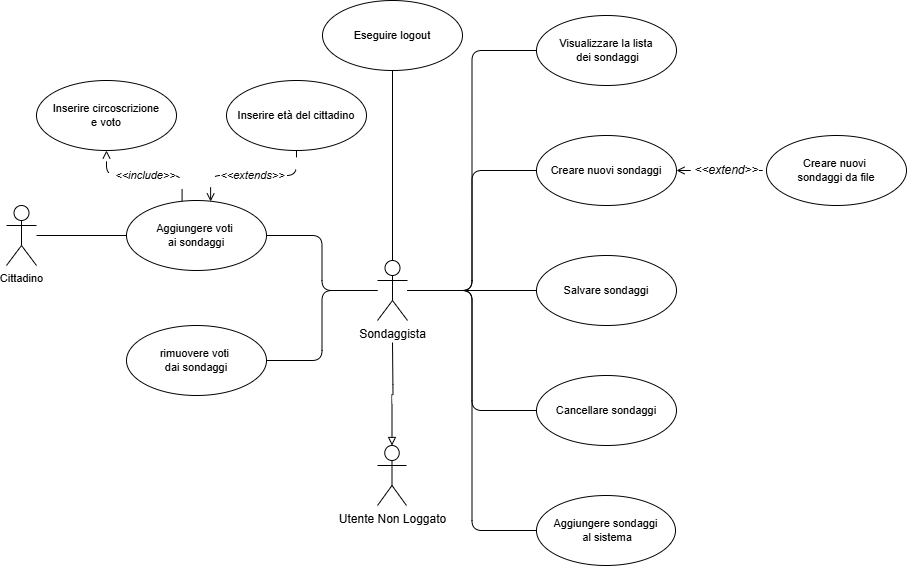
The draw.io diagram deliverable/images/UseCase_diagrams/Sondaggista.drawio.png in lucafano04/progettoIngenieriaSoftware, before a commit. Source tidied: cells renumbered, new cells last; positions are measured from the earlier drawing's top-left corner, leaving out a move shared by most shapes.
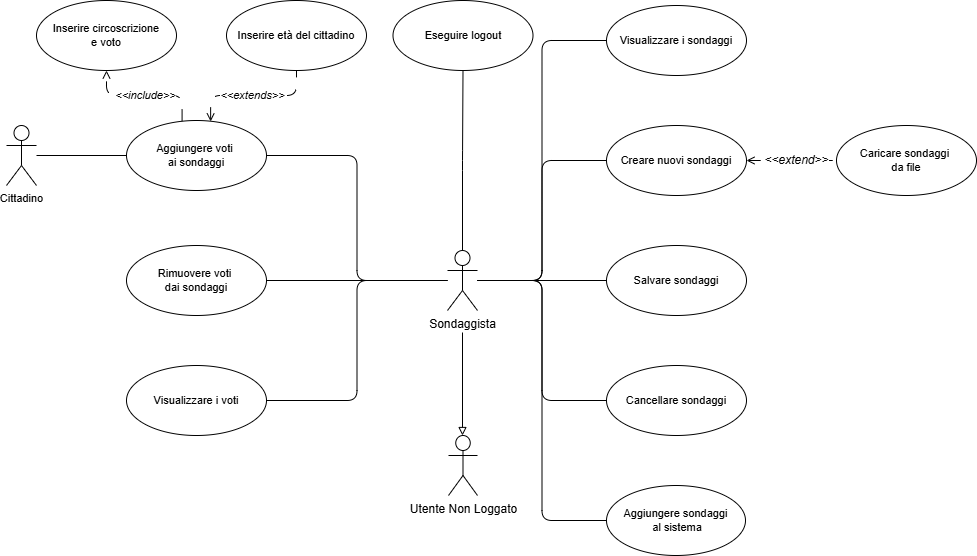
The same diagram one commit later.

Commit message:
updated NonLoggato and Sondaggista usecase images

Diff of the diagram source:
```diff
@@ -5,9 +5,9 @@
     <mxCell id="2" style="edgeStyle=orthogonalEdgeStyle;rounded=1;jettySize=auto;html=1;entryX=0;entryY=0.5;entryDx=0;entryDy=0;curved=0;endArrow=none;endFill=0;" parent="1" edge="1" source="10" target="12">
       <mxGeometry relative="1" as="geometry" />
     </mxCell>
-    <mxCell id="3" style="edgeStyle=orthogonalEdgeStyle;shape=connector;curved=0;rounded=1;jettySize=auto;html=1;entryX=0;entryY=0.5;entryDx=0;entryDy=0;strokeColor=default;align=center;verticalAlign=middle;fontFamily=Helvetica;fontSize=11;fontColor=default;labelBackgroundColor=default;endArrow=none;endFill=0;" parent="1" edge="1" source="10" target="20">
-      <mxGeometry relative="1" as="geometry" />
-    </mxCell>
+    <mxCell id="29" style="edgeStyle=orthogonalEdgeStyle;shape=connector;curved=0;rounded=1;jettySize=auto;html=1;entryX=0;entryY=0.5;entryDx=0;entryDy=0;strokeColor=default;align=center;verticalAlign=middle;fontFamily=Helvetica;fontSize=11;fontColor=default;labelBackgroundColor=default;endArrow=none;endFill=0;" parent="1" edge="1" source="10" target="32">
+      <mxGeometry relative="1" as="geometry" />
+    </mxCell>
     <mxCell id="4" style="edgeStyle=orthogonalEdgeStyle;shape=connector;curved=0;rounded=1;jettySize=auto;html=1;entryX=0;entryY=0.5;entryDx=0;entryDy=0;strokeColor=default;align=center;verticalAlign=middle;fontFamily=Helvetica;fontSize=11;fontColor=default;labelBackgroundColor=default;endArrow=none;endFill=0;" parent="1" edge="1" source="10" target="19">
       <mxGeometry relative="1" as="geometry" />
     </mxCell>
@@ -20,12 +20,15 @@
     <mxCell id="7" style="edgeStyle=orthogonalEdgeStyle;shape=connector;curved=0;rounded=1;jettySize=auto;html=1;entryX=1;entryY=0.5;entryDx=0;entryDy=0;strokeColor=default;align=center;verticalAlign=middle;fontFamily=Helvetica;fontSize=11;fontColor=default;labelBackgroundColor=default;endArrow=none;endFill=0;" parent="1" edge="1" source="10" target="15">
       <mxGeometry relative="1" as="geometry" />
     </mxCell>
-    <mxCell id="8" style="edgeStyle=orthogonalEdgeStyle;shape=connector;curved=0;rounded=1;jettySize=auto;html=1;entryX=1;entryY=0.5;entryDx=0;entryDy=0;strokeColor=default;align=center;verticalAlign=middle;fontFamily=Helvetica;fontSize=11;fontColor=default;labelBackgroundColor=default;endArrow=none;endFill=0;" parent="1" edge="1" source="10" target="28">
-      <mxGeometry relative="1" as="geometry" />
-    </mxCell>
+    <mxCell id="30" style="edgeStyle=orthogonalEdgeStyle;shape=connector;curved=0;rounded=1;jettySize=auto;html=1;entryX=1;entryY=0.5;entryDx=0;entryDy=0;strokeColor=default;align=center;verticalAlign=middle;fontFamily=Helvetica;fontSize=11;fontColor=default;labelBackgroundColor=default;endArrow=none;endFill=0;" parent="1" edge="1" source="10" target="35">
+      <mxGeometry relative="1" as="geometry" />
+    </mxCell>
     <mxCell id="9" style="edgeStyle=orthogonalEdgeStyle;shape=connector;curved=0;rounded=1;jettySize=auto;html=1;entryX=0.5;entryY=1;entryDx=0;entryDy=0;strokeColor=default;align=center;verticalAlign=middle;fontFamily=Helvetica;fontSize=11;fontColor=default;labelBackgroundColor=default;endArrow=none;endFill=0;" parent="1" edge="1" source="10" target="27">
       <mxGeometry relative="1" as="geometry" />
     </mxCell>
+    <mxCell id="31" style="edgeStyle=orthogonalEdgeStyle;rounded=1;jettySize=auto;html=1;entryX=1;entryY=0.5;entryDx=0;entryDy=0;curved=0;endArrow=none;endFill=0;" parent="1" edge="1" source="10" target="36">
+      <mxGeometry relative="1" as="geometry" />
+    </mxCell>
     <mxCell id="10" value="Sondaggista" style="shape=umlActor;verticalLabelPosition=bottom;verticalAlign=top;html=1;outlineConnect=0;" parent="1" vertex="1">
       <mxGeometry x="371" y="260" width="30" height="60" as="geometry" />
     </mxCell>
@@ -42,48 +45,51 @@
       <mxGeometry relative="1" as="geometry" />
     </mxCell>
     <mxCell id="15" value="Aggiungere voti&amp;nbsp;&lt;div&gt;ai sondaggi&lt;/div&gt;" style="ellipse;whiteSpace=wrap;html=1;fontFamily=Helvetica;fontSize=11;fontColor=default;labelBackgroundColor=default;" parent="1" vertex="1">
-      <mxGeometry x="120" y="200" width="140" height="70" as="geometry" />
+      <mxGeometry x="50" y="130" width="140" height="70" as="geometry" />
     </mxCell>
     <mxCell id="16" style="edgeStyle=orthogonalEdgeStyle;shape=connector;curved=0;rounded=1;jettySize=auto;html=1;strokeColor=default;align=center;verticalAlign=middle;fontFamily=Helvetica;fontSize=11;fontColor=default;labelBackgroundColor=default;endArrow=none;endFill=0;" parent="1" edge="1" source="17" target="15">
       <mxGeometry relative="1" as="geometry" />
     </mxCell>
     <mxCell id="17" value="Cittadino" style="shape=umlActor;verticalLabelPosition=bottom;verticalAlign=top;html=1;fontFamily=Helvetica;fontSize=11;fontColor=default;labelBackgroundColor=default;" parent="1" vertex="1">
-      <mxGeometry y="205" width="30" height="60" as="geometry" />
+      <mxGeometry x="-70" y="135" width="30" height="60" as="geometry" />
     </mxCell>
-    <mxCell id="18" value="&lt;i&gt;&lt;font style=&quot;font-size: 12px;&quot;&gt;&amp;lt;&amp;lt;extend&amp;gt;&amp;gt;&lt;/font&gt;&lt;/i&gt;" style="edgeStyle=orthogonalEdgeStyle;shape=connector;curved=0;rounded=1;jettySize=auto;html=1;entryX=0;entryY=0.5;entryDx=0;entryDy=0;dashed=1;dashPattern=12 12;strokeColor=default;align=center;verticalAlign=middle;fontFamily=Helvetica;fontSize=11;fontColor=default;labelBackgroundColor=default;startArrow=open;startFill=0;endArrow=none;endFill=0;exitX=1;exitY=0.5;exitDx=0;exitDy=0;" parent="1" edge="1" source="19" target="21">
+    <mxCell id="18" value="&lt;i&gt;&lt;font style=&quot;font-size: 12px;&quot;&gt;&amp;lt;&amp;lt;extend&amp;gt;&amp;gt;&lt;/font&gt;&lt;/i&gt;" style="edgeStyle=orthogonalEdgeStyle;shape=connector;curved=0;rounded=1;jettySize=auto;html=1;entryX=0;entryY=0.5;entryDx=0;entryDy=0;dashed=1;dashPattern=12 12;strokeColor=default;align=center;verticalAlign=middle;fontFamily=Helvetica;fontSize=11;fontColor=default;labelBackgroundColor=default;startArrow=open;startFill=0;endArrow=none;endFill=0;exitX=1;exitY=0.5;exitDx=0;exitDy=0;" parent="1" edge="1" source="19" target="33">
       <mxGeometry x="0.11" relative="1" as="geometry" />
     </mxCell>
     <mxCell id="19" value="Creare nuovi sondaggi" style="ellipse;whiteSpace=wrap;html=1;fontFamily=Helvetica;fontSize=11;fontColor=default;labelBackgroundColor=default;" parent="1" vertex="1">
       <mxGeometry x="530" y="135" width="140" height="70" as="geometry" />
     </mxCell>
-    <mxCell id="20" value="Visualizzare la lista&lt;div&gt;&amp;nbsp;dei sondaggi&lt;/div&gt;" style="ellipse;whiteSpace=wrap;html=1;fontFamily=Helvetica;fontSize=11;fontColor=default;labelBackgroundColor=default;" parent="1" vertex="1">
-      <mxGeometry x="530" y="15" width="140" height="70" as="geometry" />
-    </mxCell>
-    <mxCell id="21" value="Creare nuovi&amp;nbsp;&lt;div&gt;sondaggi da file&lt;/div&gt;" style="ellipse;whiteSpace=wrap;html=1;fontFamily=Helvetica;fontSize=11;fontColor=default;labelBackgroundColor=default;" parent="1" vertex="1">
-      <mxGeometry x="760" y="135" width="140" height="70" as="geometry" />
-    </mxCell>
-    <mxCell id="22" style="edgeStyle=orthogonalEdgeStyle;shape=connector;curved=0;rounded=1;jettySize=auto;html=1;strokeColor=default;align=center;verticalAlign=middle;fontFamily=Helvetica;fontSize=11;fontColor=default;labelBackgroundColor=default;endArrow=none;endFill=0;startArrow=block;startFill=0;" parent="1" edge="1" source="23">
-      <mxGeometry relative="1" as="geometry">
-        <mxPoint x="386" y="342" as="targetPoint" />
-      </mxGeometry>
-    </mxCell>
+    <mxCell id="32" value="Visualizzare i sondaggi" style="ellipse;whiteSpace=wrap;html=1;fontFamily=Helvetica;fontSize=11;fontColor=default;labelBackgroundColor=default;" parent="1" vertex="1">
+      <mxGeometry x="530" y="15" width="140" height="70" as="geometry" />
+    </mxCell>
+    <mxCell id="33" value="Caricare sondaggi&amp;nbsp;&lt;div&gt;da file&lt;/div&gt;" style="ellipse;whiteSpace=wrap;html=1;fontFamily=Helvetica;fontSize=11;fontColor=default;labelBackgroundColor=default;" parent="1" vertex="1">
+      <mxGeometry x="760" y="135" width="140" height="70" as="geometry" />
+    </mxCell>
+    <mxCell id="34" style="edgeStyle=orthogonalEdgeStyle;shape=connector;curved=0;rounded=1;jettySize=auto;html=1;strokeColor=default;align=center;verticalAlign=middle;fontFamily=Helvetica;fontSize=11;fontColor=default;labelBackgroundColor=default;endArrow=none;endFill=0;startArrow=block;startFill=0;" parent="1" edge="1" source="23">
+      <mxGeometry relative="1" as="geometry">
+        <mxPoint x="386" y="342" as="targetPoint" />
+      </mxGeometry>
+    </mxCell>
     <mxCell id="23" value="Utente Non Loggato" style="shape=umlActor;verticalLabelPosition=bottom;verticalAlign=top;html=1;outlineConnect=0;" parent="1" vertex="1">
-      <mxGeometry x="371" y="445" width="29" height="60" as="geometry" />
+      <mxGeometry x="372" y="445" width="29" height="60" as="geometry" />
     </mxCell>
     <mxCell id="24" value="Inserire età del cittadino" style="ellipse;whiteSpace=wrap;html=1;fontFamily=Helvetica;fontSize=11;fontColor=default;labelBackgroundColor=default;" parent="1" vertex="1">
-      <mxGeometry x="220" y="80" width="140" height="70" as="geometry" />
+      <mxGeometry x="150" y="10" width="140" height="70" as="geometry" />
     </mxCell>
     <mxCell id="25" value="Inserire circoscrizione&lt;div&gt;e voto&lt;/div&gt;" style="ellipse;whiteSpace=wrap;html=1;fontFamily=Helvetica;fontSize=11;fontColor=default;labelBackgroundColor=default;" parent="1" vertex="1">
-      <mxGeometry x="30" y="80" width="140" height="70" as="geometry" />
+      <mxGeometry x="-40" y="10" width="140" height="70" as="geometry" />
     </mxCell>
     <mxCell id="26" value="Salvare sondaggi" style="ellipse;whiteSpace=wrap;html=1;fontFamily=Helvetica;fontSize=11;fontColor=default;labelBackgroundColor=default;" parent="1" vertex="1">
       <mxGeometry x="530" y="255" width="140" height="70" as="geometry" />
     </mxCell>
     <mxCell id="27" value="Eseguire logout" style="ellipse;whiteSpace=wrap;html=1;fontFamily=Helvetica;fontSize=11;fontColor=default;labelBackgroundColor=default;" parent="1" vertex="1">
-      <mxGeometry x="316" width="140" height="70" as="geometry" />
+      <mxGeometry x="316.5" y="10" width="140" height="70" as="geometry" />
     </mxCell>
-    <mxCell id="28" value="rimuovere voti&amp;nbsp;&lt;div&gt;dai sondaggi&lt;/div&gt;" style="ellipse;whiteSpace=wrap;html=1;fontFamily=Helvetica;fontSize=11;fontColor=default;labelBackgroundColor=default;" parent="1" vertex="1">
-      <mxGeometry x="120" y="325" width="140" height="70" as="geometry" />
-    </mxCell>
+    <mxCell id="35" value="Rimuovere voti&amp;nbsp;&lt;div&gt;dai sondaggi&lt;/div&gt;" style="ellipse;whiteSpace=wrap;html=1;fontFamily=Helvetica;fontSize=11;fontColor=default;labelBackgroundColor=default;" parent="1" vertex="1">
+      <mxGeometry x="50" y="255" width="140" height="70" as="geometry" />
+    </mxCell>
+    <mxCell id="36" value="Visualizzare i voti" style="ellipse;whiteSpace=wrap;html=1;fontFamily=Helvetica;fontSize=11;fontColor=default;labelBackgroundColor=default;" parent="1" vertex="1">
+      <mxGeometry x="50" y="375" width="140" height="70" as="geometry" />
+    </mxCell>
   </root>
 </mxGraphModel>
```
